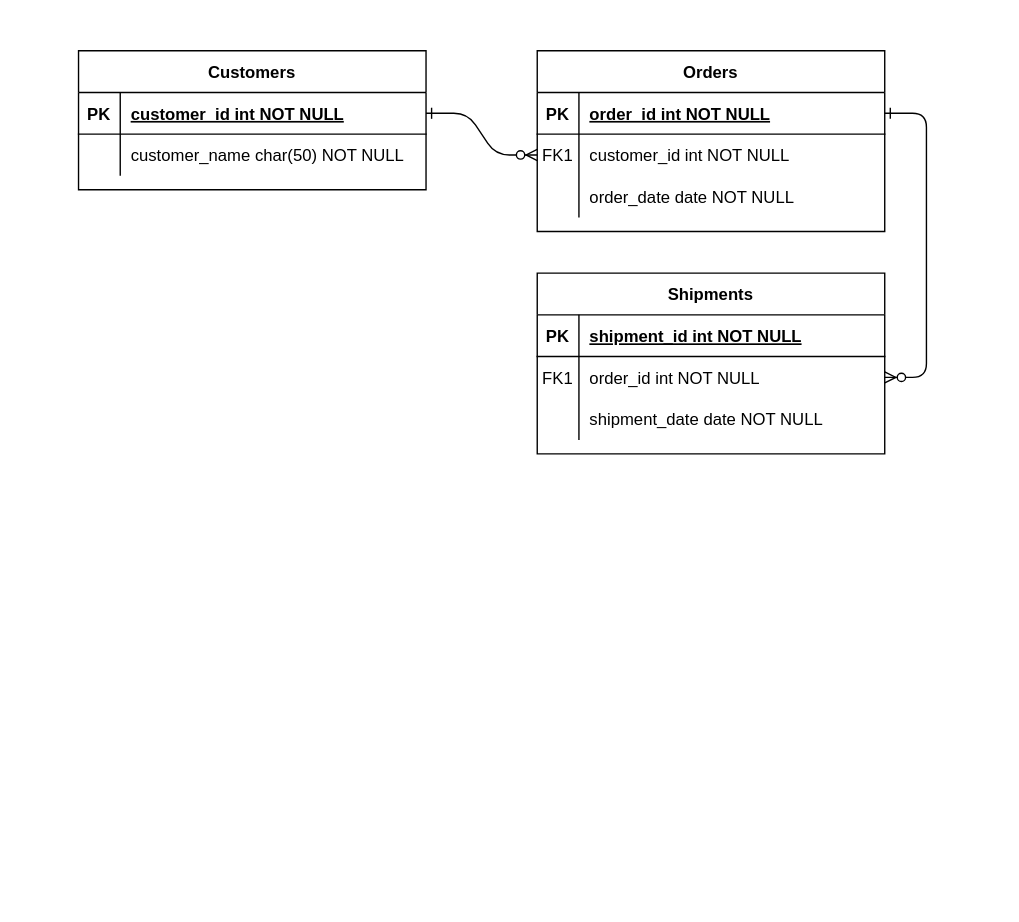
The draw.io diagram Untitled Diagram.drawio in dongho108/ClassFlix, before the edit. Source tidied: cells renumbered, new cells numbered last; positions are measured from the earlier drawing's top-left corner, leaving out a move shared by most shapes. Both pictures are drawn from the tidied source at 139%, with x=0, y=0 at pixel (78, 50).
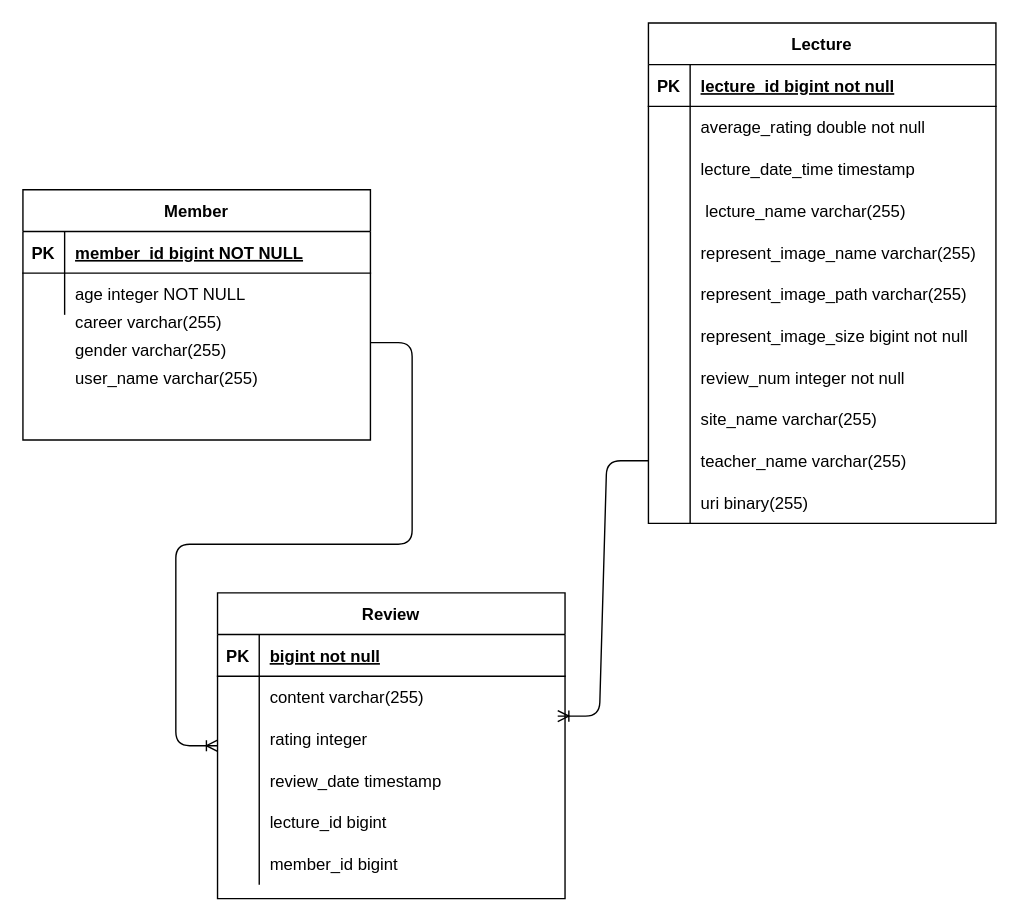
The same diagram, later.

The change refers to these unchanged cells:
```xml
<mxCell id="5" style="shape=partialRectangle;fillColor=none;points=[[0,0.5],[1,0.5]];portConstraint=eastwest;top=0;left=0;right=0;bottom=1;" parent="4" vertex="1">
  <mxGeometry y="30" width="250" height="30" as="geometry" />
</mxCell>
<mxCell id="8" style="shape=partialRectangle;fillColor=none;points=[[0,0.5],[1,0.5]];portConstraint=eastwest;top=0;left=0;right=0;bottom=0;" parent="4" vertex="1">
  <mxGeometry y="60" width="250" height="30" as="geometry" />
</mxCell>
<mxCell id="11" style="shape=partialRectangle;fillColor=none;top=0;left=0;right=0;bottom=0;" parent="4" vertex="1">
  <mxGeometry y="90" width="250" height="30" as="geometry" />
</mxCell>
<mxCell id="15" style="shape=partialRectangle;fillColor=none;top=0;left=0;right=0;bottom=1;" parent="14" vertex="1">
  <mxGeometry y="30" width="250" height="30" as="geometry" />
</mxCell>
<mxCell id="18" style="shape=partialRectangle;fillColor=none;points=[[0,0.5],[1,0.5]];portConstraint=eastwest;top=0;left=0;right=0;bottom=0;" parent="14" vertex="1">
  <mxGeometry y="60" width="250" height="30" as="geometry" />
</mxCell>
<mxCell id="21" style="shape=partialRectangle;fillColor=none;points=[[0,0.5],[1,0.5]];portConstraint=eastwest;top=0;left=0;right=0;bottom=0;" parent="14" vertex="1">
  <mxGeometry y="90" width="250" height="30" as="geometry" />
</mxCell>
<mxCell id="25" style="shape=partialRectangle;fillColor=none;points=[[0,0.5],[1,0.5]];portConstraint=eastwest;top=0;left=0;right=0;bottom=1;" parent="24" vertex="1">
  <mxGeometry y="30" width="250" height="30" as="geometry" />
</mxCell>
<mxCell id="28" style="shape=partialRectangle;fillColor=none;top=0;left=0;right=0;bottom=0;" parent="24" vertex="1">
  <mxGeometry y="60" width="250" height="30" as="geometry" />
</mxCell>
```

The edit, as a diff of the source:
```diff
@@
-    <mxCell id="2" style="edgeStyle=entityRelationEdgeStyle;endArrow=ERzeroToMany;startArrow=ERone;endFill=1;startFill=0;" parent="1" edge="1" source="25" target="8">
-      <mxGeometry relative="1" as="geometry" />
-    </mxCell>
-    <mxCell id="3" style="edgeStyle=entityRelationEdgeStyle;endArrow=ERzeroToMany;startArrow=ERone;endFill=1;startFill=0;" parent="1" edge="1" source="5" target="18">
-      <mxGeometry relative="1" as="geometry" />
-    </mxCell>
-    <mxCell id="4" value="Orders" style="shape=table;startSize=30;childLayout=tableLayout;rowLines=0;fontStyle=1;align=center;" parent="1" vertex="1">
-      <mxGeometry x="330" width="250" height="130" as="geometry" />
+    <mxCell id="4" value="Lecture" style="shape=table;startSize=30;childLayout=tableLayout;rowLines=0;fontStyle=1;align=center;" parent="1" vertex="1">
+      <mxGeometry x="410" y="-20" width="250" height="360" as="geometry" />
     </mxCell>
@@
-    <mxCell id="7" value="order_id int NOT NULL " style="shape=partialRectangle;overflow=hidden;fillColor=none;top=0;left=0;bottom=0;right=0;align=left;spacingLeft=6;fontStyle=5;" parent="5" vertex="1">
+    <mxCell id="7" value="lecture_id bigint not null " style="shape=partialRectangle;overflow=hidden;fillColor=none;top=0;left=0;bottom=0;right=0;align=left;spacingLeft=6;fontStyle=5;" parent="5" vertex="1">
       <mxGeometry x="30" width="220" height="30" as="geometry" />
     </mxCell>
@@
-    <mxCell id="9" value="FK1" style="shape=partialRectangle;overflow=hidden;fillColor=none;top=0;left=0;bottom=0;right=0;" parent="8" vertex="1">
+    <mxCell id="9" style="shape=partialRectangle;overflow=hidden;fillColor=none;top=0;left=0;bottom=0;right=0;" parent="8" vertex="1">
       <mxGeometry width="30" height="30" as="geometry" />
     </mxCell>
-    <mxCell id="10" value="customer_id int NOT NULL" style="shape=partialRectangle;overflow=hidden;fillColor=none;top=0;left=0;bottom=0;right=0;align=left;spacingLeft=6;" parent="8" vertex="1">
+    <mxCell id="10" value="average_rating double not null" style="shape=partialRectangle;overflow=hidden;fillColor=none;top=0;left=0;bottom=0;right=0;align=left;spacingLeft=6;" parent="8" vertex="1">
       <mxGeometry x="30" width="220" height="30" as="geometry" />
     </mxCell>
@@
-    <mxCell id="13" value="order_date date NOT NULL" style="shape=partialRectangle;overflow=hidden;fillColor=none;top=0;left=0;bottom=0;right=0;align=left;spacingLeft=6;" parent="11" vertex="1">
+    <mxCell id="13" value="lecture_date_time timestamp" style="shape=partialRectangle;overflow=hidden;fillColor=none;top=0;left=0;bottom=0;right=0;align=left;spacingLeft=6;" parent="11" vertex="1">
       <mxGeometry x="30" width="220" height="30" as="geometry" />
     </mxCell>
+    <mxCell id="31" style="shape=partialRectangle;fillColor=none;top=0;left=0;right=0;bottom=0;" parent="4" vertex="1">
+      <mxGeometry y="120" width="250" height="30" as="geometry" />
+    </mxCell>
+    <mxCell id="32" style="shape=partialRectangle;overflow=hidden;fillColor=none;top=0;left=0;bottom=0;right=0;" parent="31" vertex="1">
+      <mxGeometry width="30" height="30" as="geometry" />
+    </mxCell>
+    <mxCell id="33" value=" lecture_name varchar(255)" style="shape=partialRectangle;overflow=hidden;fillColor=none;top=0;left=0;bottom=0;right=0;align=left;spacingLeft=6;" parent="31" vertex="1">
+      <mxGeometry x="30" width="220" height="30" as="geometry" />
+    </mxCell>
+    <mxCell id="34" style="shape=partialRectangle;fillColor=none;top=0;left=0;right=0;bottom=0;" parent="4" vertex="1">
+      <mxGeometry y="150" width="250" height="30" as="geometry" />
+    </mxCell>
+    <mxCell id="35" style="shape=partialRectangle;overflow=hidden;fillColor=none;top=0;left=0;bottom=0;right=0;" parent="34" vertex="1">
+      <mxGeometry width="30" height="30" as="geometry" />
+    </mxCell>
+    <mxCell id="36" value="represent_image_name varchar(255)" style="shape=partialRectangle;overflow=hidden;fillColor=none;top=0;left=0;bottom=0;right=0;align=left;spacingLeft=6;" parent="34" vertex="1">
+      <mxGeometry x="30" width="220" height="30" as="geometry" />
+    </mxCell>
+    <mxCell id="37" style="shape=partialRectangle;fillColor=none;top=0;left=0;right=0;bottom=0;" parent="4" vertex="1">
+      <mxGeometry y="180" width="250" height="30" as="geometry" />
+    </mxCell>
+    <mxCell id="38" style="shape=partialRectangle;overflow=hidden;fillColor=none;top=0;left=0;bottom=0;right=0;" parent="37" vertex="1">
+      <mxGeometry width="30" height="30" as="geometry" />
+    </mxCell>
+    <mxCell id="39" value="represent_image_path varchar(255)" style="shape=partialRectangle;overflow=hidden;fillColor=none;top=0;left=0;bottom=0;right=0;align=left;spacingLeft=6;" parent="37" vertex="1">
+      <mxGeometry x="30" width="220" height="30" as="geometry" />
+    </mxCell>
+    <mxCell id="40" style="shape=partialRectangle;fillColor=none;top=0;left=0;right=0;bottom=0;" parent="4" vertex="1">
+      <mxGeometry y="210" width="250" height="30" as="geometry" />
+    </mxCell>
+    <mxCell id="41" style="shape=partialRectangle;overflow=hidden;fillColor=none;top=0;left=0;bottom=0;right=0;" parent="40" vertex="1">
+      <mxGeometry width="30" height="30" as="geometry" />
+    </mxCell>
+    <mxCell id="42" value="represent_image_size bigint not null" style="shape=partialRectangle;overflow=hidden;fillColor=none;top=0;left=0;bottom=0;right=0;align=left;spacingLeft=6;" parent="40" vertex="1">
+      <mxGeometry x="30" width="220" height="30" as="geometry" />
+    </mxCell>
+    <mxCell id="43" style="shape=partialRectangle;fillColor=none;top=0;left=0;right=0;bottom=0;" parent="4" vertex="1">
+      <mxGeometry y="240" width="250" height="30" as="geometry" />
+    </mxCell>
+    <mxCell id="44" style="shape=partialRectangle;overflow=hidden;fillColor=none;top=0;left=0;bottom=0;right=0;" parent="43" vertex="1">
+      <mxGeometry width="30" height="30" as="geometry" />
+    </mxCell>
+    <mxCell id="45" value="review_num integer not null" style="shape=partialRectangle;overflow=hidden;fillColor=none;top=0;left=0;bottom=0;right=0;align=left;spacingLeft=6;" parent="43" vertex="1">
+      <mxGeometry x="30" width="220" height="30" as="geometry" />
+    </mxCell>
+    <mxCell id="46" style="shape=partialRectangle;fillColor=none;top=0;left=0;right=0;bottom=0;" parent="4" vertex="1">
+      <mxGeometry y="270" width="250" height="30" as="geometry" />
+    </mxCell>
+    <mxCell id="47" style="shape=partialRectangle;overflow=hidden;fillColor=none;top=0;left=0;bottom=0;right=0;" parent="46" vertex="1">
+      <mxGeometry width="30" height="30" as="geometry" />
+    </mxCell>
+    <mxCell id="48" value="site_name varchar(255)" style="shape=partialRectangle;overflow=hidden;fillColor=none;top=0;left=0;bottom=0;right=0;align=left;spacingLeft=6;" parent="46" vertex="1">
+      <mxGeometry x="30" width="220" height="30" as="geometry" />
+    </mxCell>
+    <mxCell id="49" style="shape=partialRectangle;fillColor=none;points=[[0,0.5],[1,0.5]];portConstraint=eastwest;top=0;left=0;right=0;bottom=0;" parent="4" vertex="1">
+      <mxGeometry y="300" width="250" height="30" as="geometry" />
+    </mxCell>
+    <mxCell id="50" style="shape=partialRectangle;overflow=hidden;fillColor=none;top=0;left=0;bottom=0;right=0;" parent="49" vertex="1">
+      <mxGeometry width="30" height="30" as="geometry" />
+    </mxCell>
+    <mxCell id="51" value="teacher_name varchar(255)" style="shape=partialRectangle;overflow=hidden;fillColor=none;top=0;left=0;bottom=0;right=0;align=left;spacingLeft=6;" parent="49" vertex="1">
+      <mxGeometry x="30" width="220" height="30" as="geometry" />
+    </mxCell>
+    <mxCell id="52" style="shape=partialRectangle;fillColor=none;top=0;left=0;right=0;bottom=0;" parent="4" vertex="1">
+      <mxGeometry y="330" width="250" height="30" as="geometry" />
+    </mxCell>
+    <mxCell id="53" style="shape=partialRectangle;overflow=hidden;fillColor=none;top=0;left=0;bottom=0;right=0;" parent="52" vertex="1">
+      <mxGeometry width="30" height="30" as="geometry" />
+    </mxCell>
+    <mxCell id="54" value="uri binary(255)" style="shape=partialRectangle;overflow=hidden;fillColor=none;top=0;left=0;bottom=0;right=0;align=left;spacingLeft=6;" parent="52" vertex="1">
+      <mxGeometry x="30" width="220" height="30" as="geometry" />
+    </mxCell>
-    <mxCell id="14" value="Shipments" style="shape=table;startSize=30;childLayout=tableLayout;rowLines=0;fontStyle=1;align=center;" parent="1" vertex="1">
-      <mxGeometry x="330" y="160" width="250" height="130" as="geometry" />
+    <mxCell id="14" value="Review" style="shape=table;startSize=30;childLayout=tableLayout;rowLines=0;fontStyle=1;align=center;" parent="1" vertex="1">
+      <mxGeometry x="100" y="390" width="250" height="220" as="geometry" />
     </mxCell>
@@
-    <mxCell id="17" value="shipment_id int NOT NULL " style="shape=partialRectangle;overflow=hidden;fillColor=none;top=0;left=0;bottom=0;right=0;align=left;spacingLeft=6;fontStyle=5;" parent="15" vertex="1">
+    <mxCell id="17" value="bigint not null " style="shape=partialRectangle;overflow=hidden;fillColor=none;top=0;left=0;bottom=0;right=0;align=left;spacingLeft=6;fontStyle=5;" parent="15" vertex="1">
       <mxGeometry x="30" width="220" height="30" as="geometry" />
     </mxCell>
@@
-    <mxCell id="19" value="FK1" style="shape=partialRectangle;overflow=hidden;fillColor=none;top=0;left=0;bottom=0;right=0;" parent="18" vertex="1">
+    <mxCell id="19" style="shape=partialRectangle;overflow=hidden;fillColor=none;top=0;left=0;bottom=0;right=0;" parent="18" vertex="1">
       <mxGeometry width="30" height="30" as="geometry" />
     </mxCell>
-    <mxCell id="20" value="order_id int NOT NULL" style="shape=partialRectangle;overflow=hidden;fillColor=none;top=0;left=0;bottom=0;right=0;align=left;spacingLeft=6;" parent="18" vertex="1">
+    <mxCell id="20" value="content varchar(255)" style="shape=partialRectangle;overflow=hidden;fillColor=none;top=0;left=0;bottom=0;right=0;align=left;spacingLeft=6;" parent="18" vertex="1">
       <mxGeometry x="30" width="220" height="30" as="geometry" />
     </mxCell>
@@
-    <mxCell id="23" value="shipment_date date NOT NULL" style="shape=partialRectangle;overflow=hidden;fillColor=none;top=0;left=0;bottom=0;right=0;align=left;spacingLeft=6;" parent="21" vertex="1">
+    <mxCell id="23" value="rating integer" style="shape=partialRectangle;overflow=hidden;fillColor=none;top=0;left=0;bottom=0;right=0;align=left;spacingLeft=6;" parent="21" vertex="1">
       <mxGeometry x="30" width="220" height="30" as="geometry" />
     </mxCell>
+    <mxCell id="55" style="shape=partialRectangle;fillColor=none;top=0;left=0;right=0;bottom=0;" parent="14" vertex="1">
+      <mxGeometry y="120" width="250" height="30" as="geometry" />
+    </mxCell>
+    <mxCell id="56" style="shape=partialRectangle;overflow=hidden;fillColor=none;top=0;left=0;bottom=0;right=0;" parent="55" vertex="1">
+      <mxGeometry width="30" height="30" as="geometry" />
+    </mxCell>
+    <mxCell id="57" value="review_date timestamp" style="shape=partialRectangle;overflow=hidden;fillColor=none;top=0;left=0;bottom=0;right=0;align=left;spacingLeft=6;" parent="55" vertex="1">
+      <mxGeometry x="30" width="220" height="30" as="geometry" />
+    </mxCell>
+    <mxCell id="58" style="shape=partialRectangle;fillColor=none;top=0;left=0;right=0;bottom=0;" parent="14" vertex="1">
+      <mxGeometry y="150" width="250" height="30" as="geometry" />
+    </mxCell>
+    <mxCell id="59" style="shape=partialRectangle;overflow=hidden;fillColor=none;top=0;left=0;bottom=0;right=0;" parent="58" vertex="1">
+      <mxGeometry width="30" height="30" as="geometry" />
+    </mxCell>
+    <mxCell id="60" value="lecture_id bigint" style="shape=partialRectangle;overflow=hidden;fillColor=none;top=0;left=0;bottom=0;right=0;align=left;spacingLeft=6;" parent="58" vertex="1">
+      <mxGeometry x="30" width="220" height="30" as="geometry" />
+    </mxCell>
+    <mxCell id="61" style="shape=partialRectangle;fillColor=none;top=0;left=0;right=0;bottom=0;" parent="14" vertex="1">
+      <mxGeometry y="180" width="250" height="30" as="geometry" />
+    </mxCell>
+    <mxCell id="62" style="shape=partialRectangle;overflow=hidden;fillColor=none;top=0;left=0;bottom=0;right=0;" parent="61" vertex="1">
+      <mxGeometry width="30" height="30" as="geometry" />
+    </mxCell>
+    <mxCell id="63" value="member_id bigint" style="shape=partialRectangle;overflow=hidden;fillColor=none;top=0;left=0;bottom=0;right=0;align=left;spacingLeft=6;" parent="61" vertex="1">
+      <mxGeometry x="30" width="220" height="30" as="geometry" />
+    </mxCell>
-    <mxCell id="24" value="Customers" style="shape=table;startSize=30;childLayout=tableLayout;rowLines=0;fontStyle=1;align=center;" parent="1" vertex="1">
-      <mxGeometry width="250" height="100" as="geometry" />
+    <mxCell id="24" value="Member" style="shape=table;startSize=30;childLayout=tableLayout;rowLines=0;fontStyle=1;align=center;" parent="1" vertex="1">
+      <mxGeometry x="-40" y="100" width="250" height="180" as="geometry" />
     </mxCell>
@@
-    <mxCell id="27" value="customer_id int NOT NULL " style="shape=partialRectangle;overflow=hidden;fillColor=none;top=0;left=0;bottom=0;right=0;align=left;spacingLeft=6;fontStyle=5;" parent="25" vertex="1">
+    <mxCell id="27" value="member_id bigint NOT NULL " style="shape=partialRectangle;overflow=hidden;fillColor=none;top=0;left=0;bottom=0;right=0;align=left;spacingLeft=6;fontStyle=5;" parent="25" vertex="1">
       <mxGeometry x="30" width="220" height="30" as="geometry" />
     </mxCell>
@@
-    <mxCell id="30" value="customer_name char(50) NOT NULL" style="shape=partialRectangle;overflow=hidden;fillColor=none;top=0;left=0;bottom=0;right=0;align=left;spacingLeft=6;" parent="28" vertex="1">
+    <mxCell id="30" value="age integer NOT NULL" style="shape=partialRectangle;overflow=hidden;fillColor=none;top=0;left=0;bottom=0;right=0;align=left;spacingLeft=6;" parent="28" vertex="1">
       <mxGeometry x="30" width="220" height="30" as="geometry" />
     </mxCell>
+    <mxCell id="64" style="edgeStyle=entityRelationEdgeStyle;fontSize=12;html=1;endArrow=ERoneToMany;" parent="1" edge="1">
+      <mxGeometry relative="1" as="geometry">
+        <mxPoint x="210" y="210" as="sourcePoint" />
+        <mxPoint x="100" y="500" as="targetPoint" />
+      </mxGeometry>
+    </mxCell>
+    <mxCell id="65" style="edgeStyle=entityRelationEdgeStyle;fontSize=12;html=1;endArrow=ERoneToMany;exitX=0;exitY=0.5;exitDx=0;exitDy=0;entryX=0.979;entryY=-0.044;entryDx=0;entryDy=0;entryPerimeter=0;" parent="1" edge="1" source="49" target="21">
+      <mxGeometry relative="1" as="geometry" />
+    </mxCell>
+    <mxCell id="66" value="career varchar(255)" style="shape=partialRectangle;overflow=hidden;fillColor=none;top=0;left=0;bottom=0;right=0;align=left;spacingLeft=6;" parent="1" vertex="1">
+      <mxGeometry x="-10" y="180" width="220" height="30" as="geometry" />
+    </mxCell>
+    <mxCell id="67" value="gender varchar(255)" style="shape=partialRectangle;overflow=hidden;fillColor=none;top=0;left=0;bottom=0;right=0;align=left;spacingLeft=6;" parent="1" vertex="1">
+      <mxGeometry x="-10" y="200" width="220" height="30" as="geometry" />
+    </mxCell>
+    <mxCell id="68" value="user_name varchar(255)" style="shape=partialRectangle;overflow=hidden;fillColor=none;top=0;left=0;bottom=0;right=0;align=left;spacingLeft=6;" parent="1" vertex="1">
+      <mxGeometry x="-10" y="220" width="220" height="30" as="geometry" />
+    </mxCell>
```
